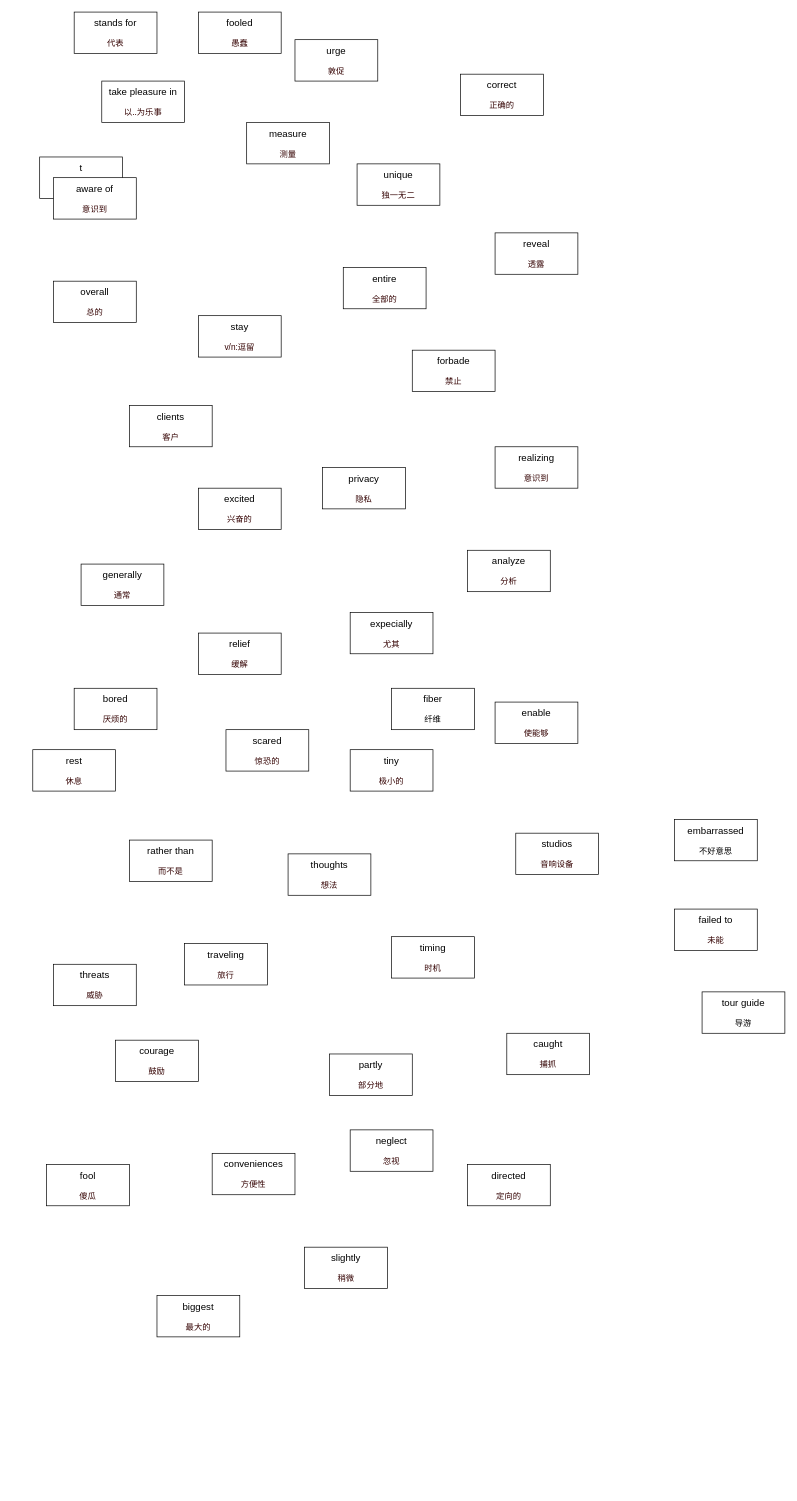
banBlue/drawio keeps this draw.io diagram as ocean.drawio. Above is the earlier version. Source tidied: cells renumbered, new cells numbered last; positions are measured from the earlier drawing's top-left corner, leaving out a move shared by most shapes. Both pictures are drawn from the tidied source at 69%, with x=0, y=0 at pixel (32, 12).
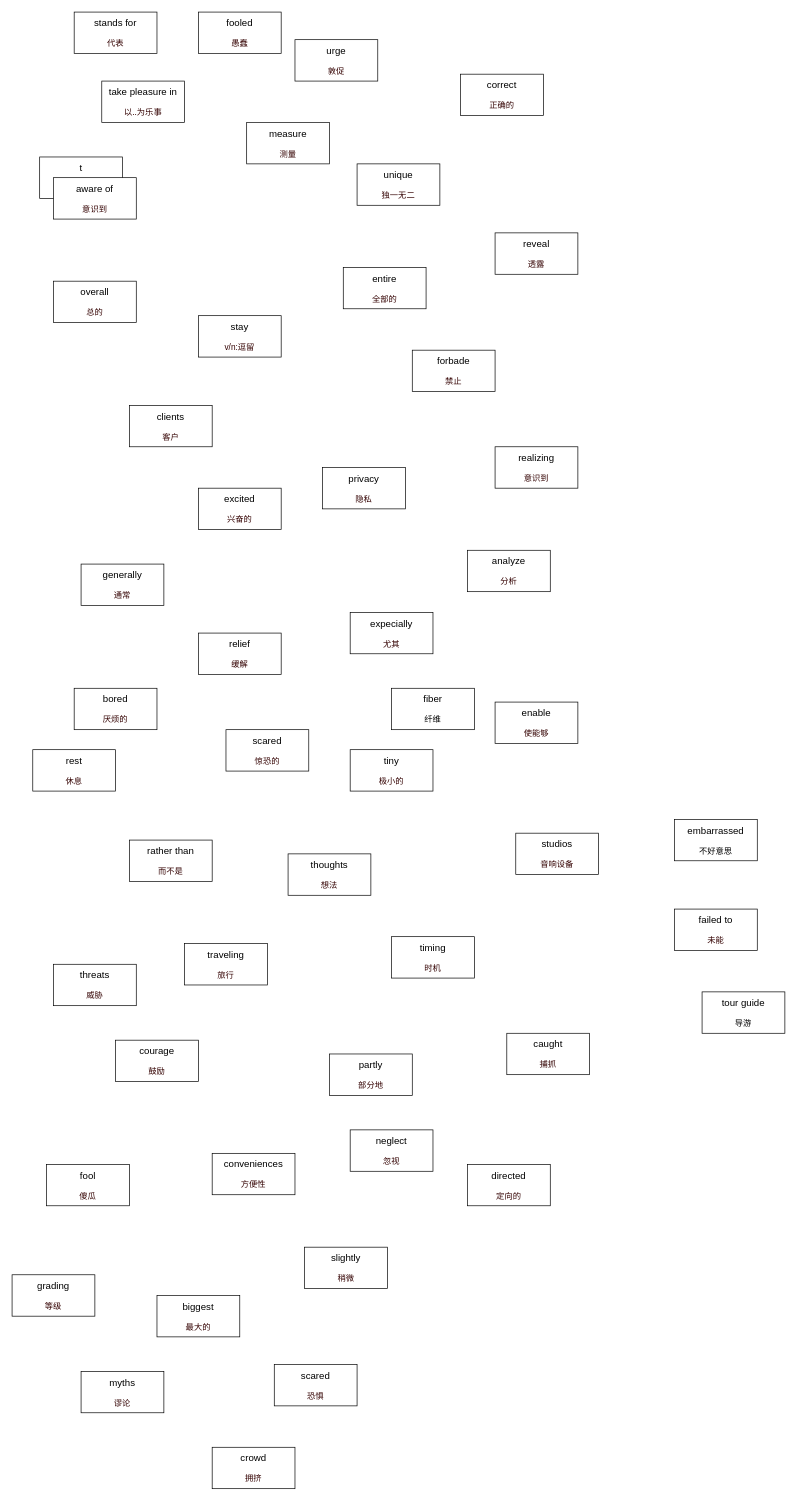
The same diagram, later.

The edit, as a diff of the source:
```diff
@@
+    <mxCell id="48" value="&lt;font style=&quot;font-size: 14px&quot;&gt;grading&lt;br&gt;&lt;/font&gt;&lt;br&gt;&lt;font color=&quot;#330000&quot;&gt;等级&lt;/font&gt;" style="rounded=0;whiteSpace=wrap;html=1;" parent="1" vertex="1">
+      <mxGeometry x="-30" y="1830" width="120" height="60" as="geometry" />
+    </mxCell>
+    <mxCell id="49" value="&lt;font style=&quot;font-size: 14px&quot;&gt;scared&lt;br&gt;&lt;/font&gt;&lt;br&gt;&lt;font color=&quot;#330000&quot;&gt;恐惧&lt;/font&gt;" style="rounded=0;whiteSpace=wrap;html=1;" parent="1" vertex="1">
+      <mxGeometry x="350" y="1960" width="120" height="60" as="geometry" />
+    </mxCell>
+    <mxCell id="50" value="&lt;font style=&quot;font-size: 14px&quot;&gt;myths&lt;br&gt;&lt;/font&gt;&lt;br&gt;&lt;font color=&quot;#330000&quot;&gt;谬论&lt;/font&gt;" style="rounded=0;whiteSpace=wrap;html=1;" parent="1" vertex="1">
+      <mxGeometry x="70" y="1970" width="120" height="60" as="geometry" />
+    </mxCell>
+    <mxCell id="51" value="&lt;font style=&quot;font-size: 14px&quot;&gt;crowd&lt;br&gt;&lt;/font&gt;&lt;br&gt;&lt;font color=&quot;#330000&quot;&gt;拥挤&lt;/font&gt;" style="rounded=0;whiteSpace=wrap;html=1;" parent="1" vertex="1">
+      <mxGeometry x="260" y="2080" width="120" height="60" as="geometry" />
+    </mxCell>
```
